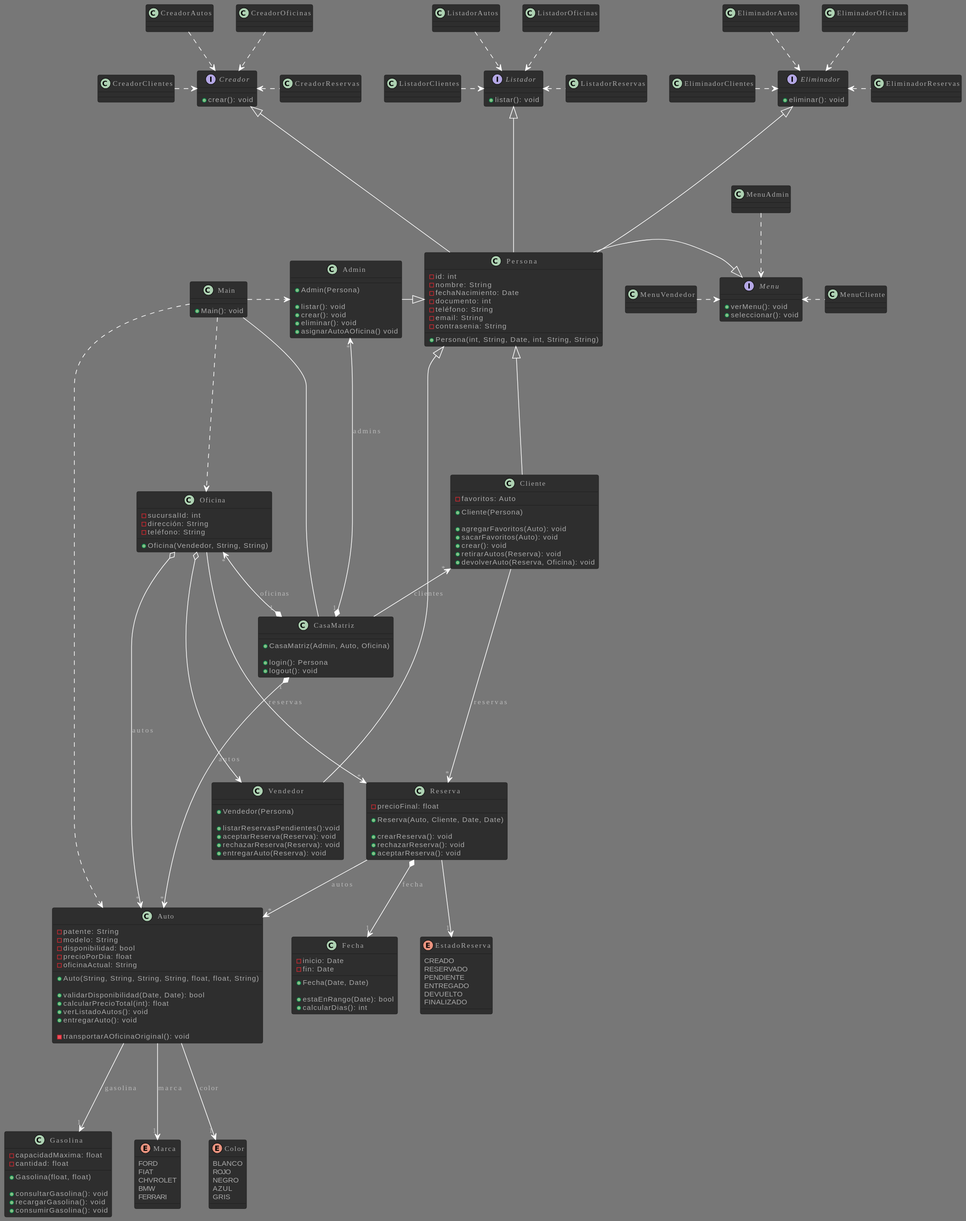
The PlantUML diagram docs/class-diagram.svg in FrancoSpinelli/primer-parcial-grupo-10-programacion-ii-2024, before a commit.
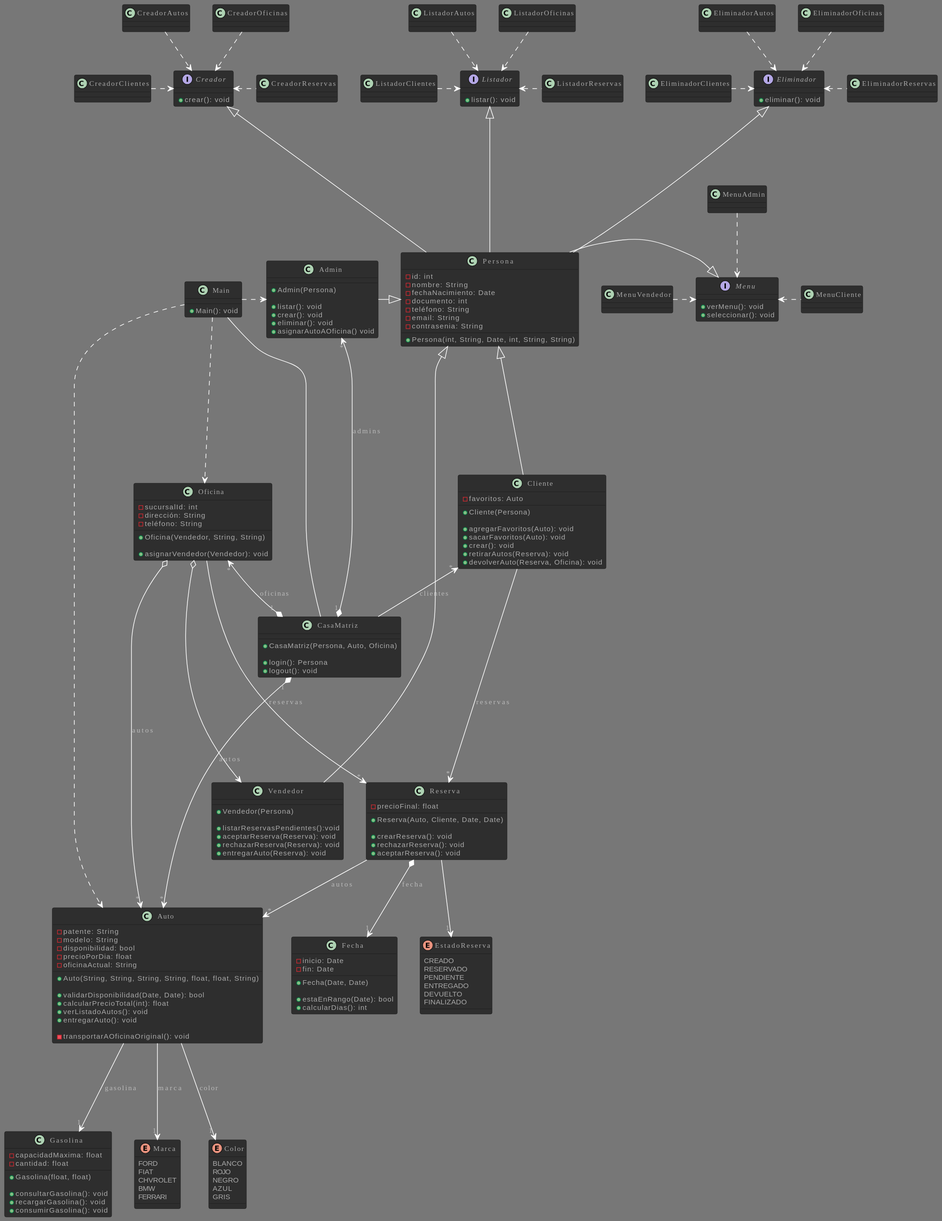
Above is the later version.

The edit, as a diff of the source:
```diff
@@ -6,7 +6,7 @@
 }
 
 class CasaMatriz {
-  +CasaMatriz(Admin, Auto, Oficina)
+  +CasaMatriz(Persona, Auto, Oficina)
 
   +login(): Persona
   +logout(): void
@@ -19,6 +19,8 @@
   -teléfono: String
 
   +Oficina(Vendedor, String, String)
+
+  +asignarVendedor(Vendedor): void
 }
 
 class Persona{
```
